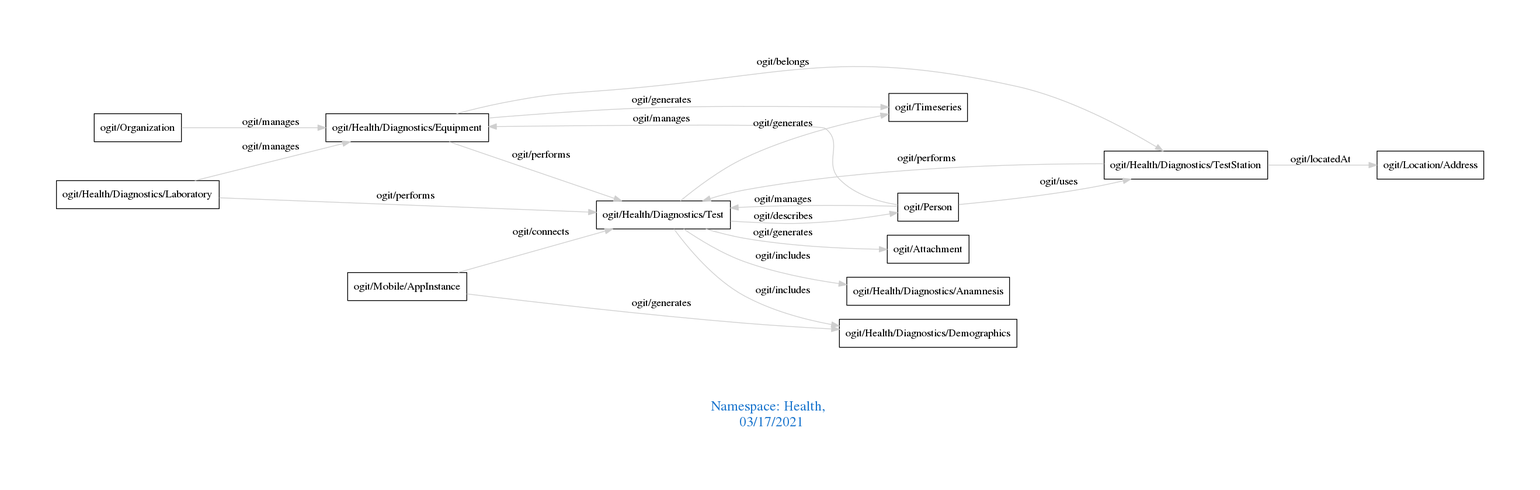
Above: downloads/Health.png in arago/OGIT (Graphviz), before the change. Its source is kept beside it as downloads/Health.dot.
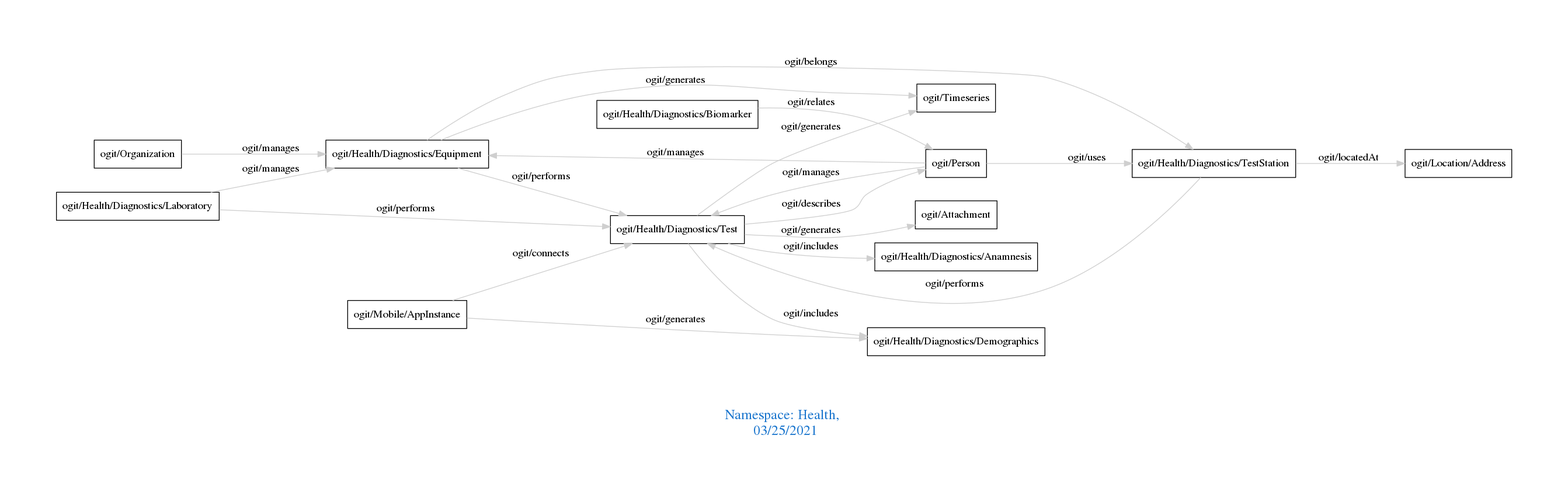
After the change.

The edit, as a diff of the source:
```diff
@@ -1,7 +1,7 @@
 digraph OGIT_ontology {
  graph [ rankdir= LR,pad=1
 fontsize = 18,
-fontcolor= dodgerblue3,label = "\n\n\nNamespace: Health, \n 03/17/2021"];
+fontcolor= dodgerblue3,label = "\n\n\nNamespace: Health, \n 03/25/2021"];
 node[shape=polygon];
 edge [  color="gray81"];
 
@@ -23,4 +23,5 @@
    "ogit/Mobile/AppInstance" -> "ogit/Health/Diagnostics/Test" [label="   ogit/connects    "];
    "ogit/Health/Diagnostics/Equipment" -> "ogit/Health/Diagnostics/TestStation" [label="   ogit/belongs    "];
    "ogit/Person" -> "ogit/Health/Diagnostics/TestStation" [label="   ogit/uses    "];
+   "ogit/Health/Diagnostics/Biomarker" -> "ogit/Person" [label="   ogit/relates    "];
 }
```
